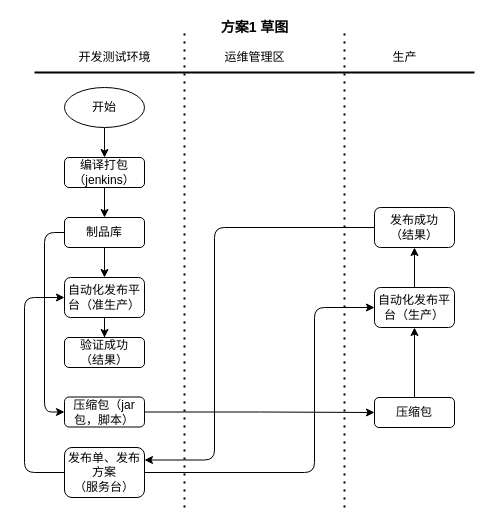
sharonwq/sharon_test keeps this draw.io diagram as src/com/cupd/sharon/制品库.drawio. Above is the earlier version. Source tidied: cells renumbered, new cells numbered last; positions are measured from the earlier drawing's top-left corner, leaving out a move shared by most shapes. Both pictures are drawn from the tidied source at 100%, with x=0, y=0 at pixel (24, 17).
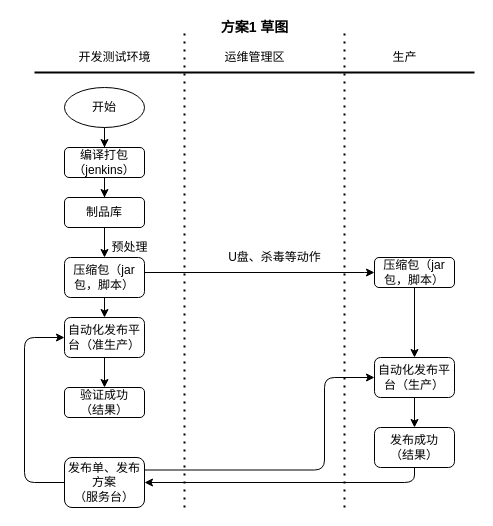
After the change.

The edit, as a diff of the source:
```diff
@@
     <mxCell id="9" value="编译打包&lt;br&gt;（jenkins）" style="rounded=1;whiteSpace=wrap;html=1;" parent="1" vertex="1">
-      <mxGeometry x="40" y="140" width="80" height="30" as="geometry" />
+      <mxGeometry x="40" y="130" width="80" height="30" as="geometry" />
     </mxCell>
@@
-    <mxCell id="12" style="edgeStyle=orthogonalEdgeStyle;rounded=0;jettySize=auto;html=1;" parent="1" edge="1" source="13" target="15">
-      <mxGeometry relative="1" as="geometry" />
-    </mxCell>
+    <mxCell id="18" style="edgeStyle=orthogonalEdgeStyle;rounded=0;jettySize=auto;html=1;" parent="1" edge="1" source="13" target="17">
+      <mxGeometry relative="1" as="geometry" />
+    </mxCell>
     <mxCell id="13" value="制品库" style="rounded=1;whiteSpace=wrap;html=1;" parent="1" vertex="1">
-      <mxGeometry x="40" y="200" width="80" height="30" as="geometry" />
+      <mxGeometry x="40" y="180" width="80" height="30" as="geometry" />
     </mxCell>
@@
     <mxCell id="15" value="自动化发布平台（准生产）" style="rounded=1;whiteSpace=wrap;html=1;" parent="1" vertex="1">
-      <mxGeometry x="40" y="260" width="80" height="40" as="geometry" />
+      <mxGeometry x="40" y="300" width="80" height="40" as="geometry" />
     </mxCell>
-    <mxCell id="16" style="edgeStyle=orthogonalEdgeStyle;rounded=0;jettySize=auto;html=1;" parent="1" edge="1" source="17" target="20">
-      <mxGeometry relative="1" as="geometry" />
+    <mxCell id="16" style="edgeStyle=orthogonalEdgeStyle;rounded=0;jettySize=auto;html=1;entryX=0;entryY=0.5;entryDx=0;entryDy=0;" parent="1" edge="1" source="17" target="20">
+      <mxGeometry relative="1" as="geometry">
+        <Array as="points">
+          <mxPoint x="340" y="255" />
+        </Array>
+      </mxGeometry>
     </mxCell>
     <mxCell id="17" value="压缩包（jar包，脚本）" style="rounded=1;whiteSpace=wrap;html=1;" parent="1" vertex="1">
-      <mxGeometry x="40" y="379.5" width="80" height="30" as="geometry" />
+      <mxGeometry x="40" y="240" width="80" height="40" as="geometry" />
     </mxCell>
-    <mxCell id="18" style="edgeStyle=elbowEdgeStyle;elbow=horizontal;endArrow=classic;html=1;exitX=0;exitY=0.5;exitDx=0;exitDy=0;entryX=0;entryY=0.5;entryDx=0;entryDy=0;" parent="1" edge="1" source="13" target="17">
-      <mxGeometry relative="1" as="geometry">
-        <Array as="points">
-          <mxPoint x="20" y="285" />
-        </Array>
-      </mxGeometry>
-    </mxCell>
@@
-    <mxCell id="20" value="压缩包" style="rounded=1;whiteSpace=wrap;html=1;" parent="1" vertex="1">
-      <mxGeometry x="350" y="380" width="80" height="30" as="geometry" />
+    <mxCell id="20" value="压缩包（jar包，脚本）" style="rounded=1;whiteSpace=wrap;html=1;" parent="1" vertex="1">
+      <mxGeometry x="350" y="240" width="80" height="30" as="geometry" />
     </mxCell>
@@
     <mxCell id="22" value="自动化发布平台（生产）" style="rounded=1;whiteSpace=wrap;html=1;" parent="1" vertex="1">
-      <mxGeometry x="350" y="270" width="80" height="40" as="geometry" />
+      <mxGeometry x="350" y="340" width="80" height="40" as="geometry" />
     </mxCell>
     <mxCell id="23" value="发布单、发布方案&lt;br&gt;（服务台）" style="rounded=1;whiteSpace=wrap;html=1;" parent="1" vertex="1">
-      <mxGeometry x="40" y="430" width="80" height="50" as="geometry" />
+      <mxGeometry x="40" y="440" width="80" height="50" as="geometry" />
     </mxCell>
-    <mxCell id="24" style="edgeStyle=elbowEdgeStyle;elbow=horizontal;endArrow=classic;html=1;exitX=1;exitY=0.5;exitDx=0;exitDy=0;entryX=0;entryY=0.5;entryDx=0;entryDy=0;" parent="1" edge="1" source="23" target="22">
+    <mxCell id="24" style="edgeStyle=elbowEdgeStyle;elbow=horizontal;endArrow=classic;html=1;exitX=1;exitY=0.25;exitDx=0;exitDy=0;entryX=0;entryY=0.5;entryDx=0;entryDy=0;" parent="1" edge="1" source="23" target="22">
       <mxGeometry relative="1" as="geometry">
         <Array as="points">
-          <mxPoint x="290" y="408" />
+          <mxPoint x="300" y="430" />
           <mxPoint x="290" y="360" />
         </Array>
       </mxGeometry>
     </mxCell>
     <mxCell id="25" value="发布成功&lt;br&gt;（结果）" style="rounded=1;whiteSpace=wrap;html=1;" parent="1" vertex="1">
-      <mxGeometry x="350" y="190" width="80" height="40" as="geometry" />
+      <mxGeometry x="350" y="410" width="80" height="40" as="geometry" />
     </mxCell>
-    <mxCell id="26" style="edgeStyle=elbowEdgeStyle;elbow=horizontal;endArrow=classic;html=1;entryX=1;entryY=0.25;entryDx=0;entryDy=0;exitX=0;exitY=0.5;exitDx=0;exitDy=0;" parent="1" edge="1" source="25" target="23">
-      <mxGeometry relative="1" as="geometry">
-        <Array as="points">
-          <mxPoint x="190" y="310" />
-        </Array>
-      </mxGeometry>
-    </mxCell>
@@
     <mxCell id="28" value="验证成功&lt;br&gt;（结果）" style="rounded=1;whiteSpace=wrap;html=1;" parent="1" vertex="1">
-      <mxGeometry x="40" y="320" width="80" height="30" as="geometry" />
+      <mxGeometry x="40" y="370" width="80" height="30" as="geometry" />
     </mxCell>
@@
+    <mxCell id="26" style="edgeStyle=elbowEdgeStyle;elbow=horizontal;endArrow=classic;html=1;entryX=1;entryY=0.5;entryDx=0;entryDy=0;exitX=0.5;exitY=1;exitDx=0;exitDy=0;" parent="1" edge="1" source="25" target="23">
+      <mxGeometry relative="1" as="geometry">
+        <Array as="points">
+          <mxPoint x="390" y="490" />
+        </Array>
+      </mxGeometry>
+    </mxCell>
+    <mxCell id="30" style="endArrow=classic;html=1;exitX=0.5;exitY=1;exitDx=0;exitDy=0;entryX=0.5;entryY=0;entryDx=0;entryDy=0;" parent="1" edge="1" source="17" target="15">
+      <mxGeometry relative="1" as="geometry" />
+    </mxCell>
+    <mxCell id="31" value="预处理" style="text;html=1;align=center;verticalAlign=middle;strokeColor=none;" parent="1" vertex="1">
+      <mxGeometry x="80" y="220" width="50" height="20" as="geometry" />
+    </mxCell>
+    <mxCell id="32" value="U盘、杀毒等动作" style="text;html=1;align=center;verticalAlign=middle;strokeColor=none;" parent="1" vertex="1">
+      <mxGeometry x="195" y="230" width="110" height="20" as="geometry" />
+    </mxCell>
```
